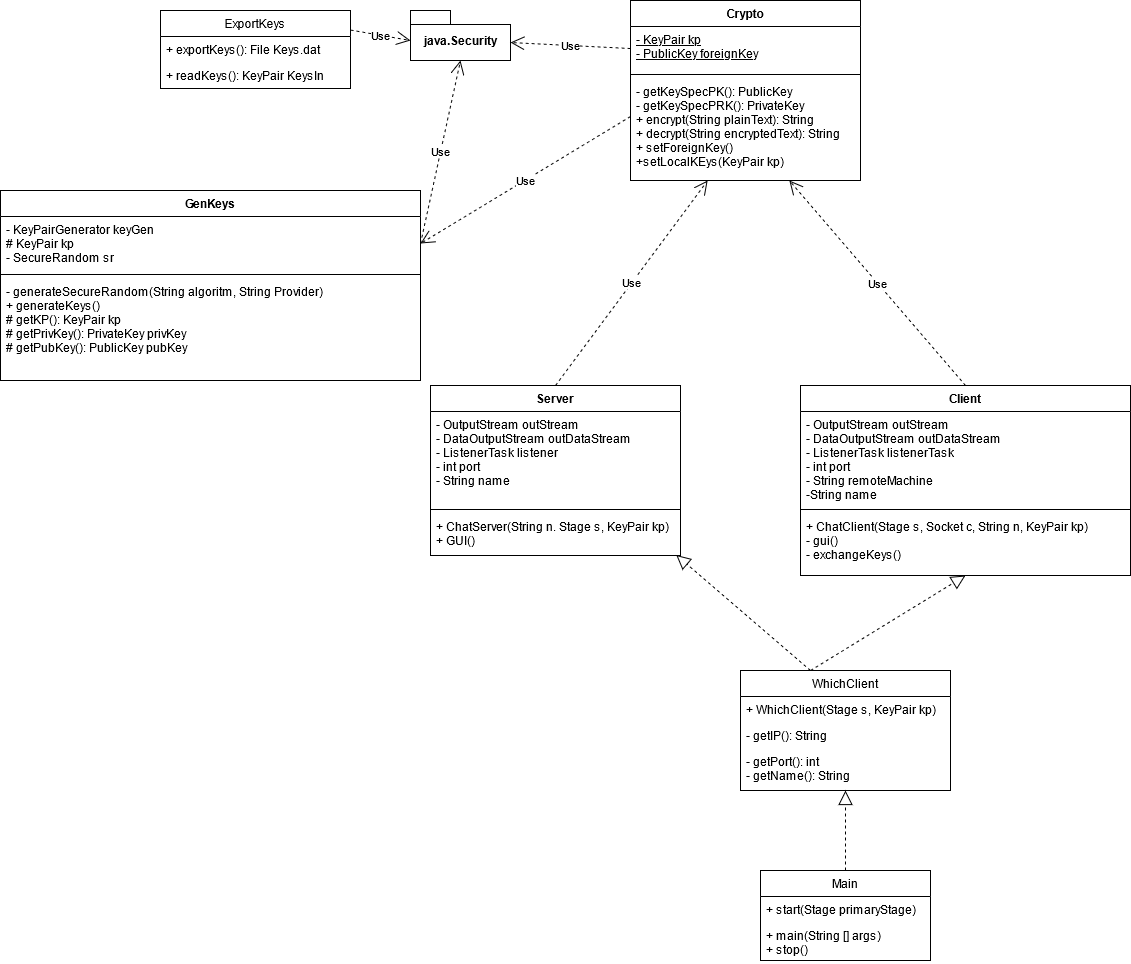
Above: Planning/UML-Rev4.png in Proff-Dev-Grp13-SMS/SecureMessagingService (draw.io), before the change. Source tidied: cells renumbered, new cells last; positions are measured from the earlier drawing's top-left corner, leaving out a move shared by most shapes.
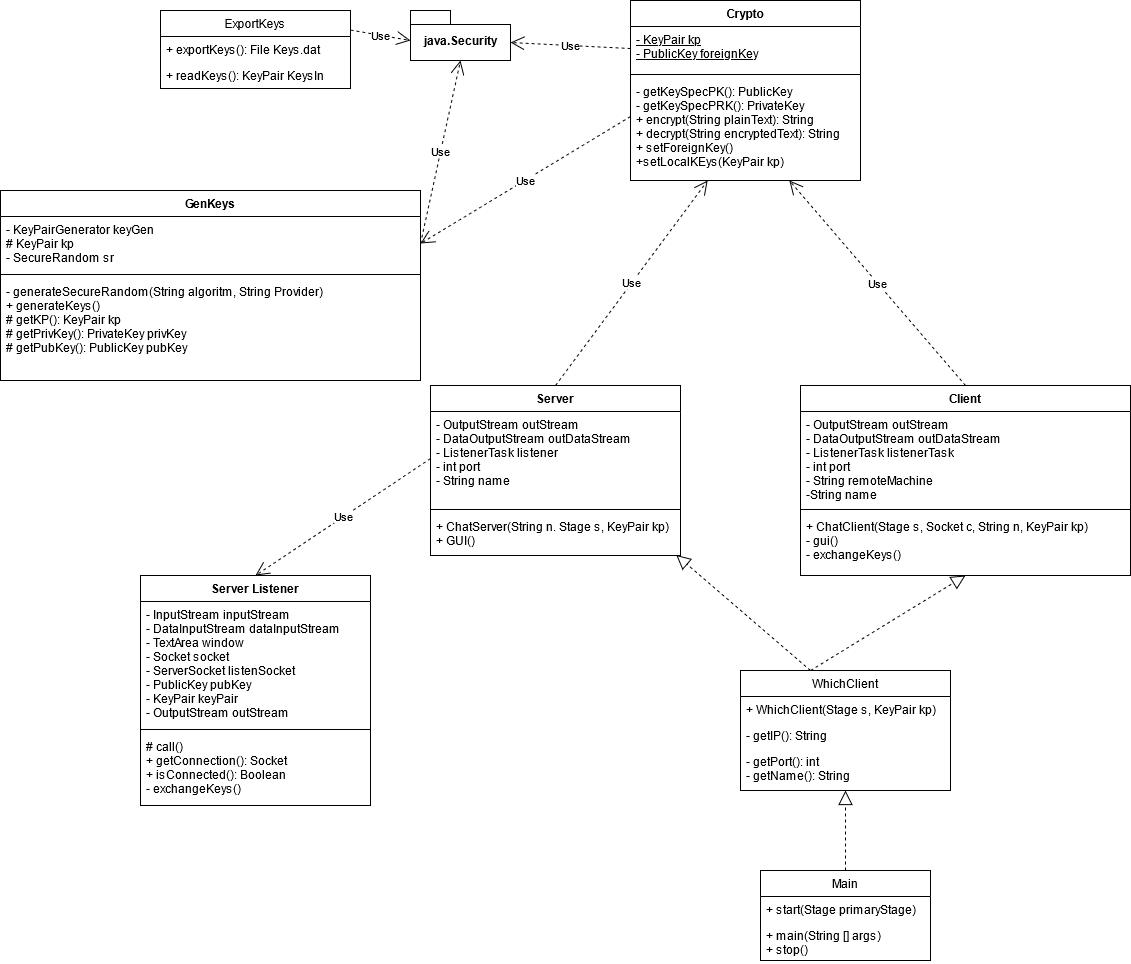
After the commit.

Commit message:
Update UML-Rev4.png ServerListener Class

Diff of the diagram source:
```diff
@@ -118,5 +118,20 @@
     <mxCell id="37" value="- getPort(): int&#10;- getName(): String&#10;" style="text;strokeColor=none;fillColor=none;align=left;verticalAlign=top;spacingLeft=4;spacingRight=4;overflow=hidden;" parent="34" vertex="1">
       <mxGeometry y="78" width="210" height="42" as="geometry" />
     </mxCell>
+    <mxCell id="38" value="Server Listener" style="swimlane;fontStyle=1;align=center;verticalAlign=top;horizontal=1;startSize=26;" parent="1" vertex="1">
+      <mxGeometry x="140" y="575" width="230" height="230" as="geometry" />
+    </mxCell>
+    <mxCell id="39" value="- InputStream inputStream&#10;- DataInputStream dataInputStream&#10;- TextArea window&#10;- Socket socket&#10;- ServerSocket listenSocket&#10;- PublicKey pubKey&#10;- KeyPair keyPair&#10;- OutputStream outStream&#10;" style="text;strokeColor=none;fillColor=none;align=left;verticalAlign=top;spacingLeft=4;spacingRight=4;overflow=hidden;" parent="38" vertex="1">
+      <mxGeometry y="26" width="230" height="124" as="geometry" />
+    </mxCell>
+    <mxCell id="40" style="line;strokeWidth=1;fillColor=none;align=left;verticalAlign=middle;spacingTop=-1;spacingLeft=3;spacingRight=3;labelPosition=right;" parent="38" vertex="1">
+      <mxGeometry y="150" width="230" height="8" as="geometry" />
+    </mxCell>
+    <mxCell id="41" value="# call()&#10;+ getConnection(): Socket&#10;+ isConnected(): Boolean&#10;- exchangeKeys()&#10;&#10;" style="text;strokeColor=none;fillColor=none;align=left;verticalAlign=top;spacingLeft=4;spacingRight=4;overflow=hidden;" parent="38" vertex="1">
+      <mxGeometry y="158" width="230" height="72" as="geometry" />
+    </mxCell>
+    <mxCell id="42" value="Use" style="endArrow=open;endSize=12;dashed=1;html=1;entryX=0.5;entryY=0;entryDx=0;entryDy=0;exitX=0;exitY=0.5;exitDx=0;exitDy=0;" parent="1" edge="1" source="7" target="38">
+      <mxGeometry relative="1" as="geometry" />
+    </mxCell>
   </root>
 </mxGraphModel>
```
